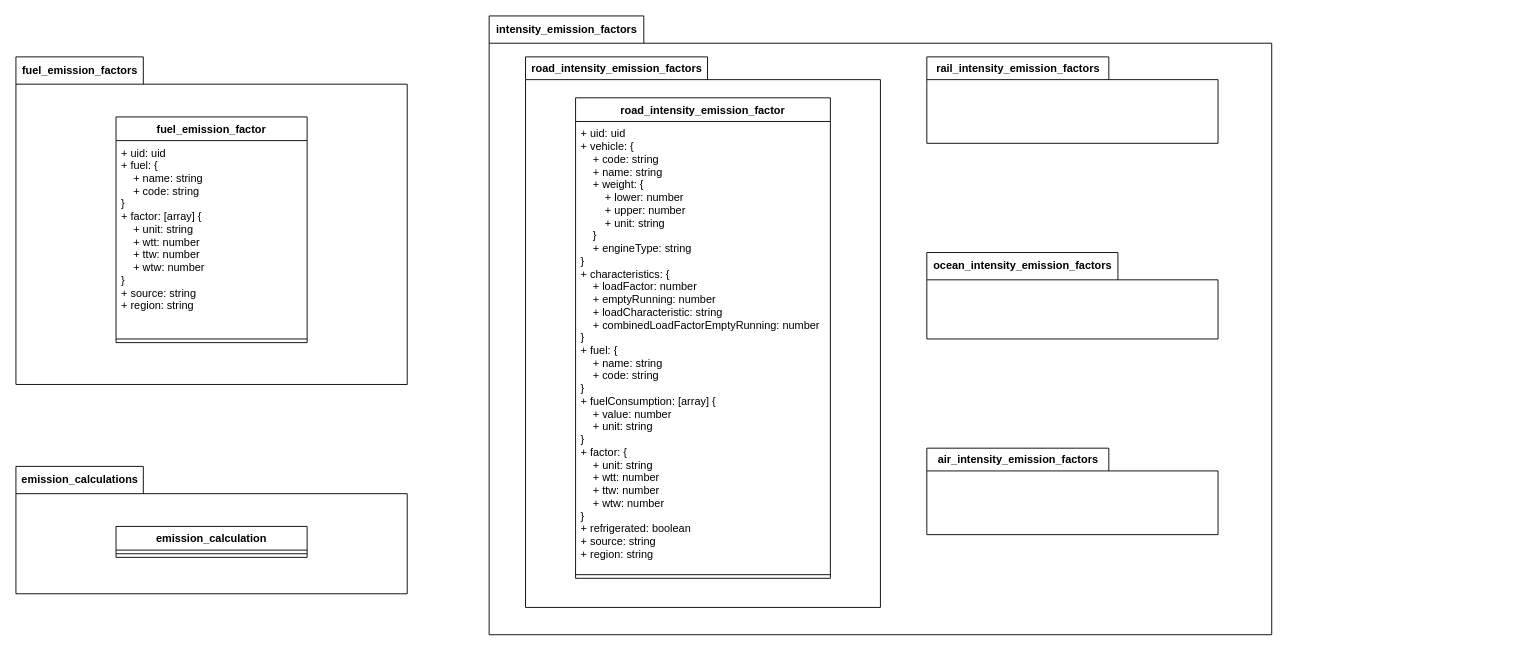
This is documentation/database-schema/DatabaseSchema.drawio from Niklas-Mezynski/fontys-sofa-project-pharox-ghg-emissions-calculation, a draw.io file, before an edit. Source tidied: cells renumbered, new cells numbered last; positions are measured from the earlier drawing's top-left corner, leaving out a move shared by most shapes. Both pictures are drawn from the tidied source at 91%, with x=0, y=0 at pixel (15, 15).
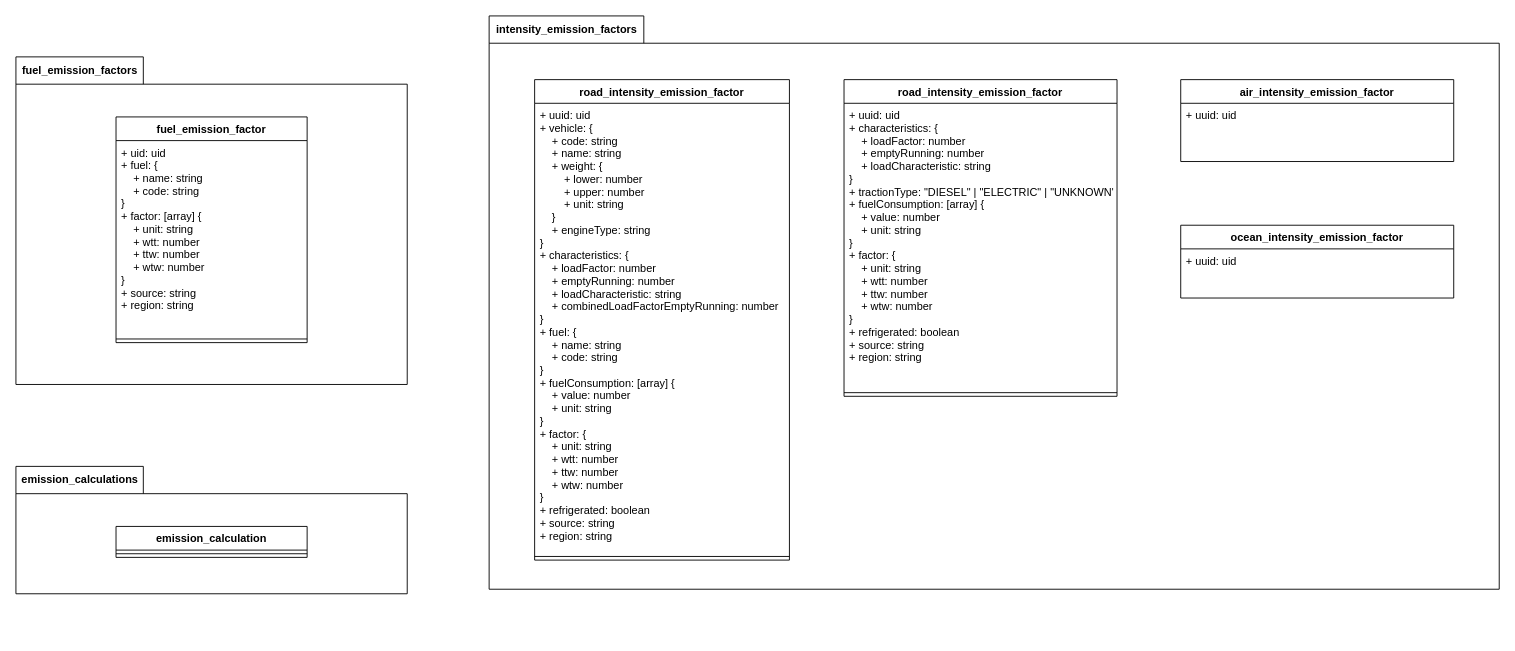
Above is the later version.

Commit message (it also covers changes not shown here):
Add schema for rail intensity factors

Diff of the diagram source:
```diff
@@
 <mxGraphModel>
   <root>
     <mxCell id="0" />
     <mxCell id="1" parent="0" />
     <mxCell id="2" value="fuel_emission_factors" style="shape=folder;fontStyle=1;tabWidth=140;tabHeight=30;tabPosition=left;html=1;boundedLbl=1;labelInHeader=1;" parent="1" vertex="1">
       <mxGeometry y="45" width="430" height="360" as="geometry" />
     </mxCell>
     <mxCell id="3" value="fuel_emission_factor" style="swimlane;fontStyle=1;align=center;verticalAlign=top;horizontal=1;startSize=26;" parent="2" vertex="1">
       <mxGeometry x="110" y="66" width="210" height="248" as="geometry" />
     </mxCell>
     <mxCell id="4" value="+ uid: uid&#10;+ fuel: {&#10;    + name: string&#10;    + code: string&#10;}&#10;+ factor: [array] {    &#10;    + unit: string&#10;    + wtt: number&#10;    + ttw: number&#10;    + wtw: number&#10;}&#10;+ source: string&#10;+ region: string" style="text;strokeColor=none;fillColor=none;align=left;verticalAlign=top;spacingLeft=4;spacingRight=4;overflow=hidden;" parent="3" vertex="1">
       <mxGeometry y="26" width="210" height="214" as="geometry" />
     </mxCell>
     <mxCell id="5" style="line;strokeWidth=1;fillColor=none;align=left;verticalAlign=middle;spacingTop=-1;spacingLeft=3;spacingRight=3;labelPosition=right;strokeColor=inherit;" parent="3" vertex="1">
       <mxGeometry y="240" width="210" height="8" as="geometry" />
     </mxCell>
     <mxCell id="6" value="intensity_emission_factors" style="shape=folder;fontStyle=1;tabWidth=170;tabHeight=30;tabPosition=left;html=1;boundedLbl=1;labelInHeader=1;" parent="1" vertex="1">
-      <mxGeometry x="520" width="860" height="680" as="geometry" />
+      <mxGeometry x="520" width="1110" height="630" as="geometry" />
     </mxCell>
-    <mxCell id="7" value="road_intensity_emission_factors" style="shape=folder;fontStyle=1;tabWidth=200;tabHeight=25;tabPosition=left;html=1;boundedLbl=1;labelInHeader=1;" parent="6" vertex="1">
-      <mxGeometry x="40" y="45" width="390" height="605" as="geometry" />
-    </mxCell>
-    <mxCell id="8" value="road_intensity_emission_factor" style="swimlane;fontStyle=1;align=center;verticalAlign=top;horizontal=1;startSize=26;" parent="7" vertex="1">
-      <mxGeometry x="55" y="45" width="280" height="528" as="geometry" />
+    <mxCell id="8" value="road_intensity_emission_factor" style="swimlane;fontStyle=1;align=center;verticalAlign=top;horizontal=1;startSize=26;" parent="6" vertex="1">
+      <mxGeometry x="50" y="70" width="280" height="528" as="geometry" />
     </mxCell>
-    <mxCell id="9" value="+ uid: uid&#10;+ vehicle: {&#10;    + code: string&#10;    + name: string&#10;    + weight: {&#10;        + lower: number&#10;        + upper: number&#10;        + unit: string&#10;    }&#10;    + engineType: string&#10;}&#10;+ characteristics: {&#10;    + loadFactor: number&#10;    + emptyRunning: number&#10;    + loadCharacteristic: string&#10;    + combinedLoadFactorEmptyRunning: number&#10;}&#10;+ fuel: {&#10;    + name: string&#10;    + code: string&#10;}&#10;+ fuelConsumption: [array] {&#10;    + value: number&#10;    + unit: string&#10;}&#10;+ factor: {    &#10;    + unit: string&#10;    + wtt: number&#10;    + ttw: number&#10;    + wtw: number&#10;}&#10;+ refrigerated: boolean&#10;+ source: string&#10;+ region: string" style="text;strokeColor=none;fillColor=none;align=left;verticalAlign=top;spacingLeft=4;spacingRight=4;overflow=hidden;" parent="8" vertex="1">
+    <mxCell id="9" value="+ uuid: uid&#10;+ vehicle: {&#10;    + code: string&#10;    + name: string&#10;    + weight: {&#10;        + lower: number&#10;        + upper: number&#10;        + unit: string&#10;    }&#10;    + engineType: string&#10;}&#10;+ characteristics: {&#10;    + loadFactor: number&#10;    + emptyRunning: number&#10;    + loadCharacteristic: string&#10;    + combinedLoadFactorEmptyRunning: number&#10;}&#10;+ fuel: {&#10;    + name: string&#10;    + code: string&#10;}&#10;+ fuelConsumption: [array] {&#10;    + value: number&#10;    + unit: string&#10;}&#10;+ factor: {    &#10;    + unit: string&#10;    + wtt: number&#10;    + ttw: number&#10;    + wtw: number&#10;}&#10;+ refrigerated: boolean&#10;+ source: string&#10;+ region: string" style="text;strokeColor=none;fillColor=none;align=left;verticalAlign=top;spacingLeft=4;spacingRight=4;overflow=hidden;" parent="8" vertex="1">
       <mxGeometry y="26" width="280" height="494" as="geometry" />
     </mxCell>
     <mxCell id="10" style="line;strokeWidth=1;fillColor=none;align=left;verticalAlign=middle;spacingTop=-1;spacingLeft=3;spacingRight=3;labelPosition=right;strokeColor=inherit;" parent="8" vertex="1">
       <mxGeometry y="520" width="280" height="8" as="geometry" />
     </mxCell>
-    <mxCell id="11" value="rail_intensity_emission_factors" style="shape=folder;fontStyle=1;tabWidth=200;tabHeight=25;tabPosition=left;html=1;boundedLbl=1;labelInHeader=1;" parent="6" vertex="1">
-      <mxGeometry x="481" y="45" width="320" height="95" as="geometry" />
-    </mxCell>
-    <mxCell id="12" value="ocean_intensity_emission_factors" style="shape=folder;fontStyle=1;tabWidth=210;tabHeight=30;tabPosition=left;html=1;boundedLbl=1;labelInHeader=1;" parent="6" vertex="1">
-      <mxGeometry x="481" y="260" width="320" height="95" as="geometry" />
-    </mxCell>
-    <mxCell id="13" value="air_intensity_emission_factors" style="shape=folder;fontStyle=1;tabWidth=200;tabHeight=25;tabPosition=left;html=1;boundedLbl=1;labelInHeader=1;" parent="6" vertex="1">
-      <mxGeometry x="481" y="475" width="320" height="95" as="geometry" />
-    </mxCell>
+    <mxCell id="17" value="road_intensity_emission_factor" style="swimlane;fontStyle=1;align=center;verticalAlign=top;horizontal=1;startSize=26;" parent="6" vertex="1">
+      <mxGeometry x="390" y="70" width="300" height="348" as="geometry" />
+    </mxCell>
+    <mxCell id="18" value="+ uuid: uid&#10;+ characteristics: {&#10;    + loadFactor: number&#10;    + emptyRunning: number&#10;    + loadCharacteristic: string&#10;}&#10;+ tractionType: &quot;DIESEL&quot; | &quot;ELECTRIC&quot; | &quot;UNKNOWN&quot;&#10;+ fuelConsumption: [array] {&#10;    + value: number&#10;    + unit: string&#10;}&#10;+ factor: {    &#10;    + unit: string&#10;    + wtt: number&#10;    + ttw: number&#10;    + wtw: number&#10;}&#10;+ refrigerated: boolean&#10;+ source: string&#10;+ region: string" style="text;strokeColor=none;fillColor=none;align=left;verticalAlign=top;spacingLeft=4;spacingRight=4;overflow=hidden;" parent="17" vertex="1">
+      <mxGeometry y="26" width="300" height="314" as="geometry" />
+    </mxCell>
+    <mxCell id="19" style="line;strokeWidth=1;fillColor=none;align=left;verticalAlign=middle;spacingTop=-1;spacingLeft=3;spacingRight=3;labelPosition=right;strokeColor=inherit;" parent="17" vertex="1">
+      <mxGeometry y="340" width="300" height="8" as="geometry" />
+    </mxCell>
+    <mxCell id="20" value="air_intensity_emission_factor" style="swimlane;fontStyle=1;align=center;verticalAlign=top;horizontal=1;startSize=26;" parent="6" vertex="1">
+      <mxGeometry x="760" y="70" width="300" height="90" as="geometry" />
+    </mxCell>
+    <mxCell id="21" value="+ uuid: uid" style="text;strokeColor=none;fillColor=none;align=left;verticalAlign=top;spacingLeft=4;spacingRight=4;overflow=hidden;" parent="20" vertex="1">
+      <mxGeometry y="26" width="300" height="64" as="geometry" />
+    </mxCell>
+    <mxCell id="22" value="ocean_intensity_emission_factor" style="swimlane;fontStyle=1;align=center;verticalAlign=top;horizontal=1;startSize=26;" parent="6" vertex="1">
+      <mxGeometry x="760" y="230" width="300" height="80" as="geometry" />
+    </mxCell>
+    <mxCell id="23" value="+ uuid: uid" style="text;strokeColor=none;fillColor=none;align=left;verticalAlign=top;spacingLeft=4;spacingRight=4;overflow=hidden;" parent="22" vertex="1">
+      <mxGeometry y="26" width="300" height="54" as="geometry" />
+    </mxCell>
     <mxCell id="14" value="emission_calculations" style="shape=folder;fontStyle=1;tabWidth=140;tabHeight=30;tabPosition=left;html=1;boundedLbl=1;labelInHeader=1;" parent="1" vertex="1">
       <mxGeometry y="495" width="430" height="140" as="geometry" />
     </mxCell>
     <mxCell id="15" value="emission_calculation" style="swimlane;fontStyle=1;align=center;verticalAlign=top;horizontal=1;startSize=26;" parent="14" vertex="1">
       <mxGeometry x="110" y="66" width="210" height="34" as="geometry" />
     </mxCell>
     <mxCell id="16" style="line;strokeWidth=1;fillColor=none;align=left;verticalAlign=middle;spacingTop=-1;spacingLeft=3;spacingRight=3;labelPosition=right;strokeColor=inherit;" parent="15" vertex="1">
       <mxGeometry y="26" width="210" height="8" as="geometry" />
     </mxCell>
   </root>
 </mxGraphModel>
```
